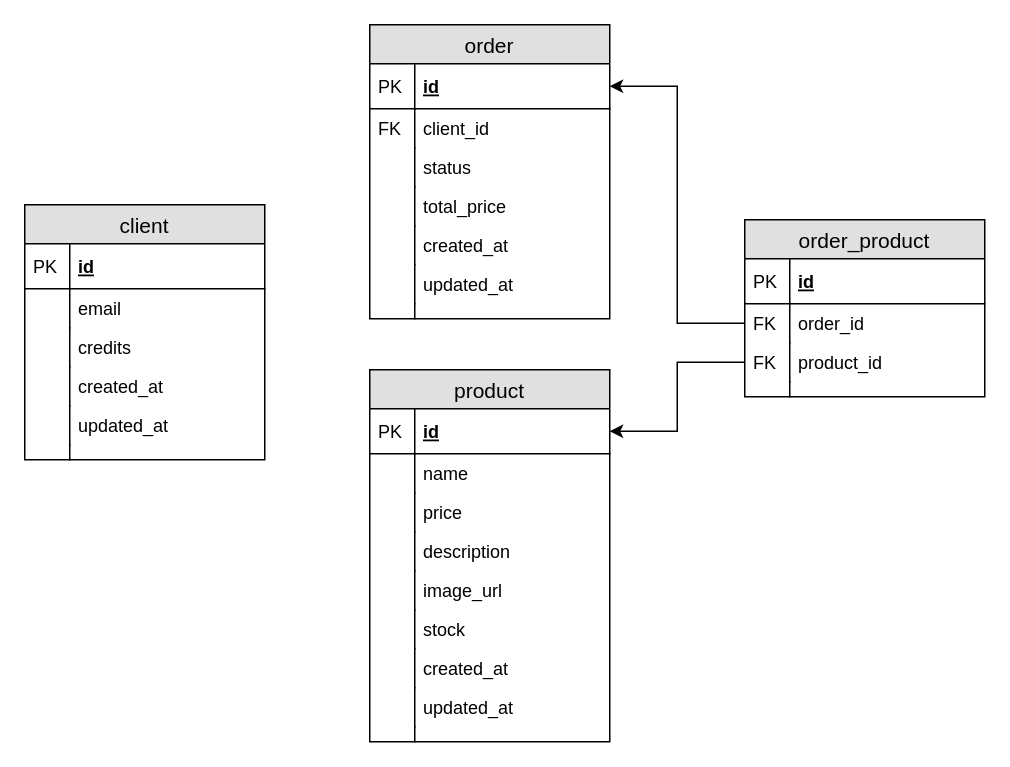
Before: conception/MPD.drawio in AdrienMasanet/foodles-second-coding-test-backend, a draw.io diagram. Source tidied: cells renumbered, new cells numbered last; positions are measured from the earlier drawing's top-left corner, leaving out a move shared by most shapes. Both pictures are drawn from the tidied source at 150%, with x=0, y=0 at pixel (24, 24).
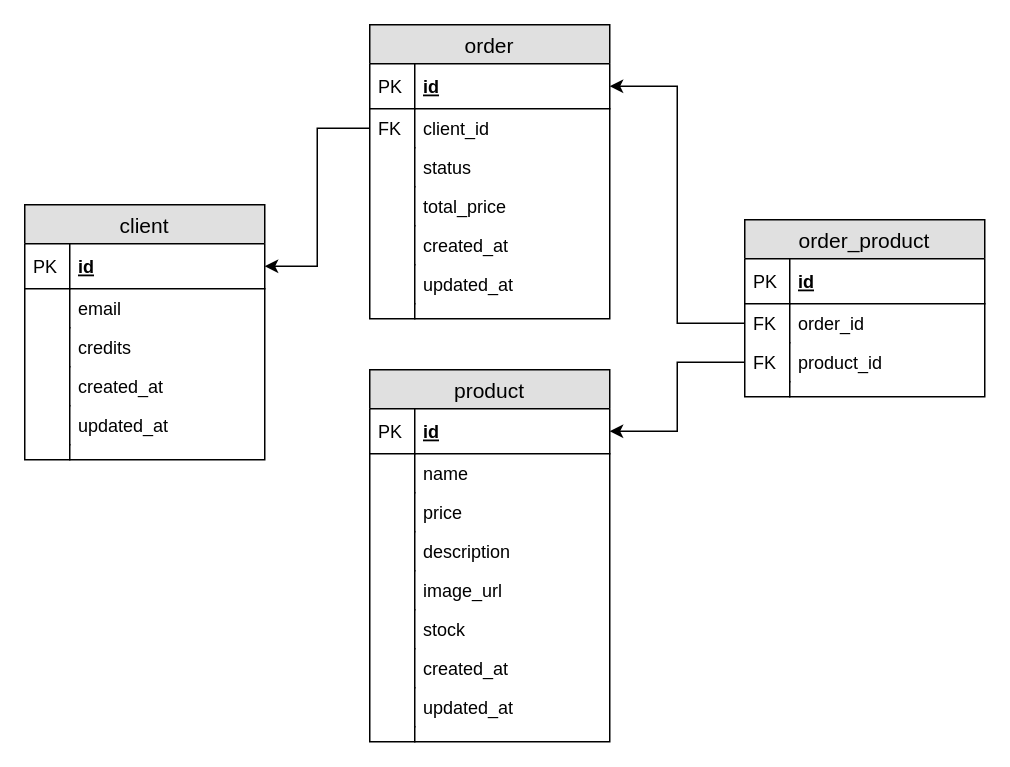
Above is the later version.

Commit message:
docs: added a missing arrow on the diagram

Unchanged cells that the change refers to:
```xml
<mxCell id="3" value="id" style="shape=partialRectangle;top=0;left=0;right=0;bottom=1;align=left;verticalAlign=middle;fillColor=none;spacingLeft=34;spacingRight=4;overflow=hidden;points=[[0,0.5],[1,0.5]];portConstraint=eastwest;fontStyle=5;fontSize=12;" parent="2" vertex="1">
  <mxGeometry y="26" width="160" height="30" as="geometry" />
</mxCell>
<mxCell id="37" value="client_id" style="shape=partialRectangle;top=0;left=0;right=0;bottom=0;align=left;verticalAlign=top;fillColor=none;spacingLeft=34;spacingRight=4;overflow=hidden;points=[[0,0.5],[1,0.5]];portConstraint=eastwest;fontSize=12;" parent="34" vertex="1">
  <mxGeometry y="56" width="160" height="26" as="geometry" />
</mxCell>
```

The edit, as a diff of the source:
```diff
@@
+    <mxCell id="60" style="edgeStyle=orthogonalEdgeStyle;rounded=0;jettySize=auto;html=1;exitX=0;exitY=0.5;exitDx=0;exitDy=0;entryX=1;entryY=0.5;entryDx=0;entryDy=0;" parent="1" edge="1" source="37" target="3">
+      <mxGeometry relative="1" as="geometry" />
+    </mxCell>
```
